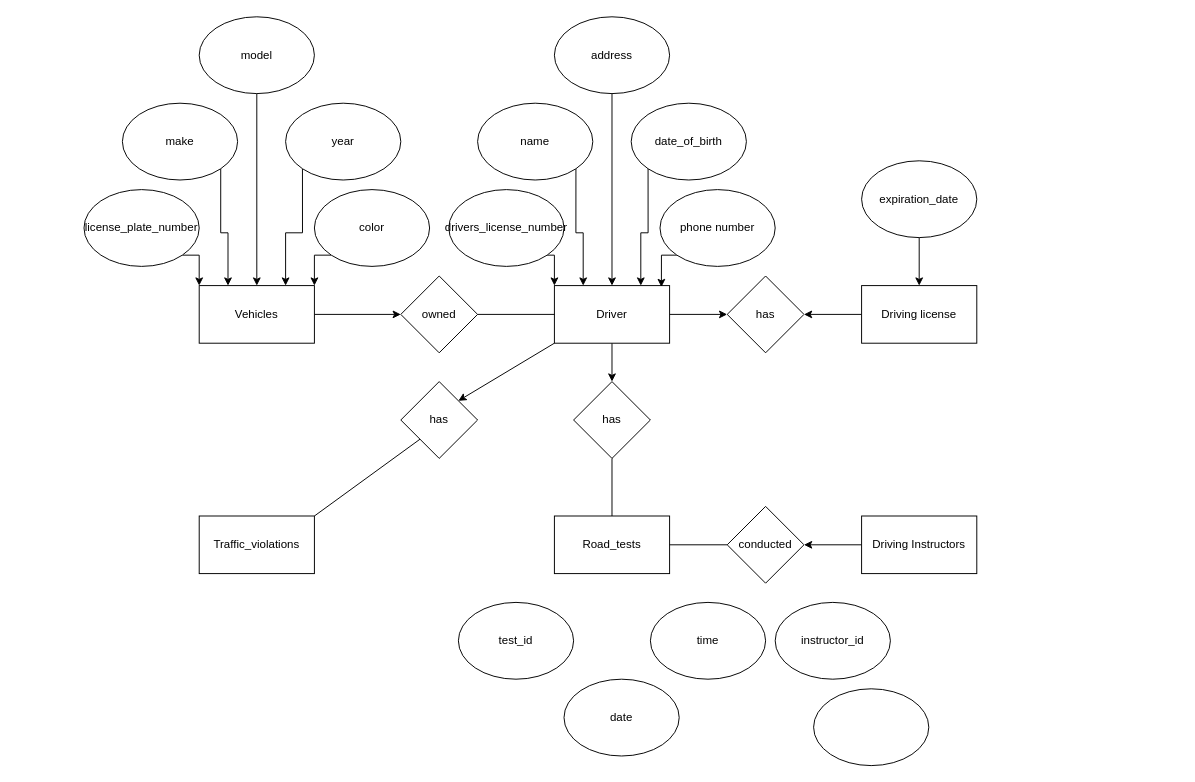
This is page "Assignment 1" (4 of 4) of Untitled Diagram.drawio from StianVR/DAT220, a draw.io file, before an edit. Source tidied: cells renumbered, new cells numbered last; positions are measured from the earlier drawing's top-left corner, leaving out a move shared by most shapes. Both pictures are drawn from the tidied source at 96%, with x=0, y=0 at pixel (84, 16).
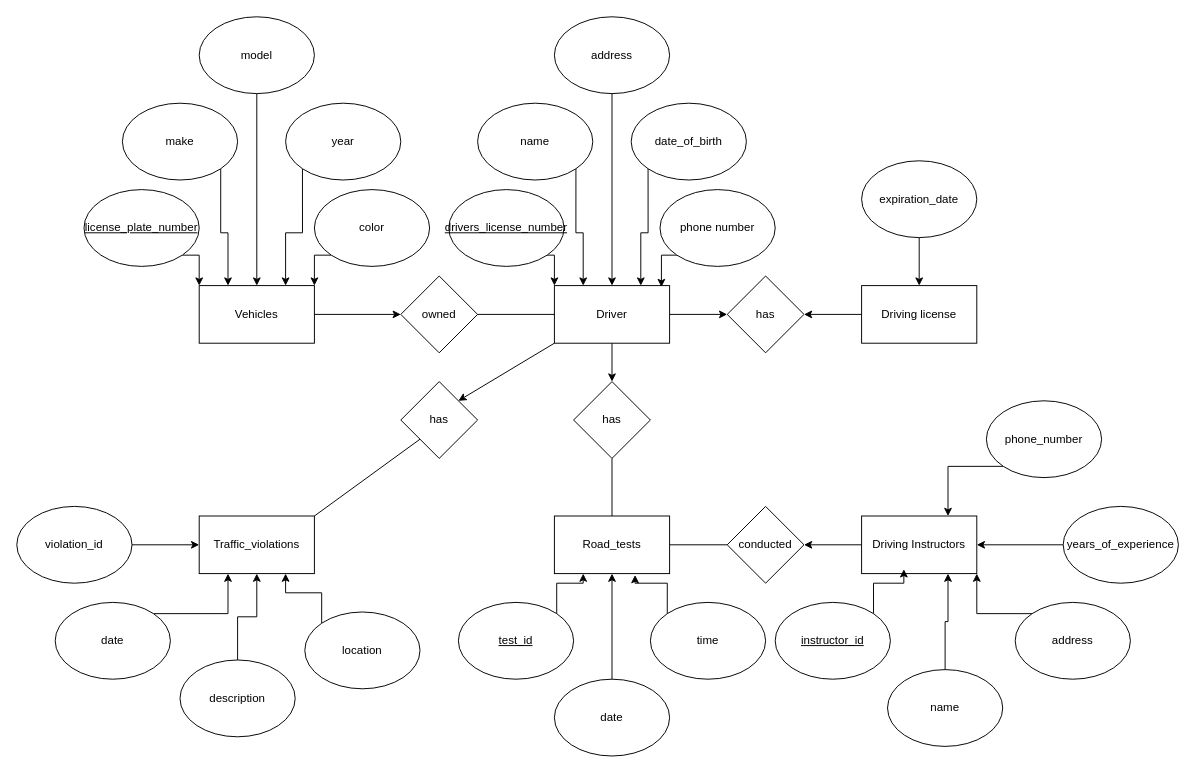
The same page after the edit.

Commit message:
assignement 1 finished

Unchanged cells that the change refers to:
```xml
<mxCell id="31" value="Road_tests" style="rounded=0;whiteSpace=wrap;html=1;" parent="1" vertex="1">
  <mxGeometry x="490" y="520" width="120" height="60" as="geometry" />
</mxCell>
<mxCell id="33" value="Driving Instructors" style="rounded=0;whiteSpace=wrap;html=1;" parent="1" vertex="1">
  <mxGeometry x="810" y="520" width="120" height="60" as="geometry" />
</mxCell>
<mxCell id="34" value="Traffic_violations" style="rounded=0;whiteSpace=wrap;html=1;" parent="1" vertex="1">
  <mxGeometry x="120" y="520" width="120" height="60" as="geometry" />
</mxCell>
<mxCell id="47" value="time" style="ellipse;whiteSpace=wrap;html=1;" parent="1" vertex="1">
  <mxGeometry x="590" y="610" width="120" height="80" as="geometry" />
</mxCell>
```

Change to the diagram source:
```diff
@@
-    <mxCell id="10" value="license_plate_number" style="ellipse;whiteSpace=wrap;html=1;" parent="1" vertex="1">
+    <mxCell id="10" value="&lt;u&gt;license_plate_number&lt;/u&gt;" style="ellipse;whiteSpace=wrap;html=1;" parent="1" vertex="1">
       <mxGeometry y="180" width="120" height="80" as="geometry" />
     </mxCell>
@@
-    <mxCell id="20" value="drivers_license_number" style="ellipse;whiteSpace=wrap;html=1;" parent="1" vertex="1">
+    <mxCell id="20" value="&lt;u&gt;drivers_license_number&lt;/u&gt;" style="ellipse;whiteSpace=wrap;html=1;" parent="1" vertex="1">
       <mxGeometry x="380" y="180" width="120" height="80" as="geometry" />
     </mxCell>
@@
+    <mxCell id="50" style="edgeStyle=orthogonalEdgeStyle;rounded=0;jettySize=auto;html=1;exitX=1;exitY=0;exitDx=0;exitDy=0;entryX=0.25;entryY=1;entryDx=0;entryDy=0;" parent="1" edge="1" source="45" target="31">
+      <mxGeometry relative="1" as="geometry" />
+    </mxCell>
-    <mxCell id="45" value="test_id" style="ellipse;whiteSpace=wrap;html=1;" parent="1" vertex="1">
+    <mxCell id="45" value="&lt;u&gt;test_id&lt;/u&gt;" style="ellipse;whiteSpace=wrap;html=1;" parent="1" vertex="1">
       <mxGeometry x="390" y="610" width="120" height="80" as="geometry" />
     </mxCell>
+    <mxCell id="51" style="edgeStyle=orthogonalEdgeStyle;rounded=0;jettySize=auto;html=1;exitX=0.5;exitY=0;exitDx=0;exitDy=0;entryX=0.5;entryY=1;entryDx=0;entryDy=0;" parent="1" edge="1" source="46" target="31">
+      <mxGeometry relative="1" as="geometry" />
+    </mxCell>
     <mxCell id="46" value="date" style="ellipse;whiteSpace=wrap;html=1;" parent="1" vertex="1">
-      <mxGeometry x="500" y="690" width="120" height="80" as="geometry" />
+      <mxGeometry x="490" y="690" width="120" height="80" as="geometry" />
     </mxCell>
+    <mxCell id="52" style="edgeStyle=orthogonalEdgeStyle;rounded=0;jettySize=auto;html=1;exitX=0;exitY=0;exitDx=0;exitDy=0;entryX=0.7;entryY=1.025;entryDx=0;entryDy=0;entryPerimeter=0;" parent="1" edge="1" source="47" target="31">
+      <mxGeometry relative="1" as="geometry" />
+    </mxCell>
@@
+    <mxCell id="53" style="edgeStyle=orthogonalEdgeStyle;rounded=0;jettySize=auto;html=1;exitX=1;exitY=0;exitDx=0;exitDy=0;entryX=0.367;entryY=0.925;entryDx=0;entryDy=0;entryPerimeter=0;" parent="1" edge="1" source="48" target="33">
+      <mxGeometry relative="1" as="geometry" />
+    </mxCell>
-    <mxCell id="48" value="instructor_id" style="ellipse;whiteSpace=wrap;html=1;" parent="1" vertex="1">
+    <mxCell id="48" value="&lt;u&gt;instructor_id&lt;/u&gt;" style="ellipse;whiteSpace=wrap;html=1;" parent="1" vertex="1">
       <mxGeometry x="720" y="610" width="120" height="80" as="geometry" />
     </mxCell>
+    <mxCell id="54" style="edgeStyle=orthogonalEdgeStyle;rounded=0;jettySize=auto;html=1;exitX=0.5;exitY=0;exitDx=0;exitDy=0;entryX=0.75;entryY=1;entryDx=0;entryDy=0;" parent="1" edge="1" source="49" target="33">
+      <mxGeometry relative="1" as="geometry" />
+    </mxCell>
-    <mxCell id="49" style="ellipse;whiteSpace=wrap;html=1;" parent="1" vertex="1">
-      <mxGeometry x="760" y="700" width="120" height="80" as="geometry" />
+    <mxCell id="49" value="name" style="ellipse;whiteSpace=wrap;html=1;" parent="1" vertex="1">
+      <mxGeometry x="837" y="680" width="120" height="80" as="geometry" />
     </mxCell>
+    <mxCell id="55" style="edgeStyle=orthogonalEdgeStyle;rounded=0;jettySize=auto;html=1;exitX=0;exitY=0;exitDx=0;exitDy=0;entryX=1;entryY=1;entryDx=0;entryDy=0;" parent="1" edge="1" source="56" target="33">
+      <mxGeometry relative="1" as="geometry" />
+    </mxCell>
+    <mxCell id="56" value="address" style="ellipse;whiteSpace=wrap;html=1;" parent="1" vertex="1">
+      <mxGeometry x="970" y="610" width="120" height="80" as="geometry" />
+    </mxCell>
+    <mxCell id="57" style="edgeStyle=orthogonalEdgeStyle;rounded=0;jettySize=auto;html=1;exitX=0;exitY=1;exitDx=0;exitDy=0;entryX=0.75;entryY=0;entryDx=0;entryDy=0;" parent="1" edge="1" source="58" target="33">
+      <mxGeometry relative="1" as="geometry" />
+    </mxCell>
+    <mxCell id="58" value="phone_number" style="ellipse;whiteSpace=wrap;html=1;" parent="1" vertex="1">
+      <mxGeometry x="940" y="400" width="120" height="80" as="geometry" />
+    </mxCell>
+    <mxCell id="59" style="edgeStyle=orthogonalEdgeStyle;rounded=0;jettySize=auto;html=1;exitX=0;exitY=0.5;exitDx=0;exitDy=0;entryX=1;entryY=0.5;entryDx=0;entryDy=0;" parent="1" edge="1" source="60" target="33">
+      <mxGeometry relative="1" as="geometry" />
+    </mxCell>
+    <mxCell id="60" value="years_of_experience" style="ellipse;whiteSpace=wrap;html=1;" parent="1" vertex="1">
+      <mxGeometry x="1020" y="510" width="120" height="80" as="geometry" />
+    </mxCell>
+    <mxCell id="61" style="edgeStyle=orthogonalEdgeStyle;rounded=0;jettySize=auto;html=1;exitX=1;exitY=0.5;exitDx=0;exitDy=0;" parent="1" edge="1" source="62" target="34">
+      <mxGeometry relative="1" as="geometry" />
+    </mxCell>
+    <mxCell id="62" value="violation_id" style="ellipse;whiteSpace=wrap;html=1;" parent="1" vertex="1">
+      <mxGeometry x="-70" y="510" width="120" height="80" as="geometry" />
+    </mxCell>
+    <mxCell id="63" style="edgeStyle=orthogonalEdgeStyle;rounded=0;jettySize=auto;html=1;exitX=1;exitY=0;exitDx=0;exitDy=0;entryX=0.25;entryY=1;entryDx=0;entryDy=0;" parent="1" edge="1" source="64" target="34">
+      <mxGeometry relative="1" as="geometry" />
+    </mxCell>
+    <mxCell id="64" value="date" style="ellipse;whiteSpace=wrap;html=1;" parent="1" vertex="1">
+      <mxGeometry x="-30" y="610" width="120" height="80" as="geometry" />
+    </mxCell>
+    <mxCell id="65" style="edgeStyle=orthogonalEdgeStyle;rounded=0;jettySize=auto;html=1;exitX=0;exitY=0;exitDx=0;exitDy=0;entryX=0.75;entryY=1;entryDx=0;entryDy=0;" parent="1" edge="1" source="66" target="34">
+      <mxGeometry relative="1" as="geometry" />
+    </mxCell>
+    <mxCell id="66" value="location" style="ellipse;whiteSpace=wrap;html=1;" parent="1" vertex="1">
+      <mxGeometry x="230" y="620" width="120" height="80" as="geometry" />
+    </mxCell>
+    <mxCell id="67" style="edgeStyle=orthogonalEdgeStyle;rounded=0;jettySize=auto;html=1;exitX=0.5;exitY=0;exitDx=0;exitDy=0;entryX=0.5;entryY=1;entryDx=0;entryDy=0;" parent="1" edge="1" source="68" target="34">
+      <mxGeometry relative="1" as="geometry" />
+    </mxCell>
+    <mxCell id="68" value="description" style="ellipse;whiteSpace=wrap;html=1;" parent="1" vertex="1">
+      <mxGeometry x="100" y="670" width="120" height="80" as="geometry" />
+    </mxCell>
```
